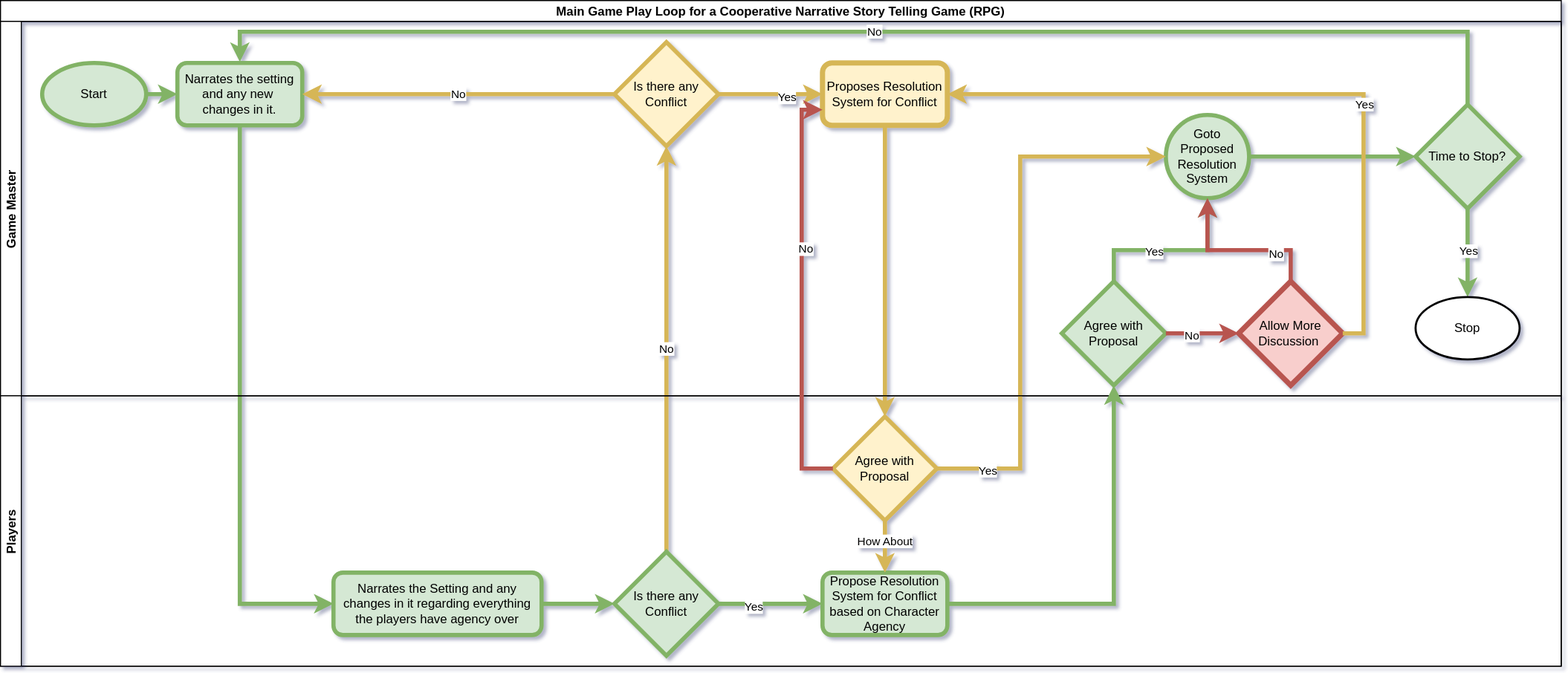
Earlier version of the draw.io export assets/diagrams/Main-Game-Play-Loop.svg (TedTschopp/Fixing-Game-Night). Source tidied: cells renumbered, new cells last; positions are measured from the earlier drawing's top-left corner, leaving out a move shared by most shapes.
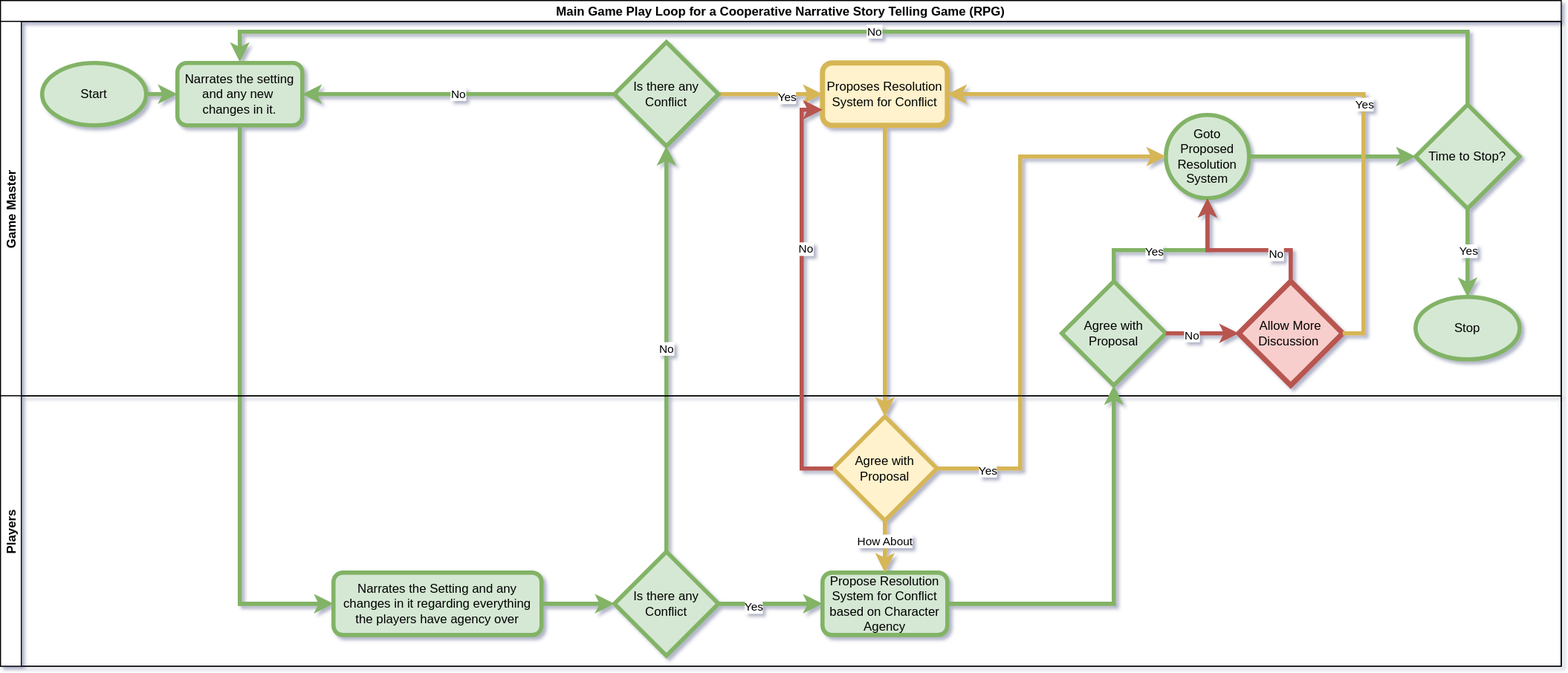
Above is the later version.

Change to the diagram source:
```diff
@@ -5,7 +5,7 @@
     <mxCell id="2" value="Main Game Play Loop for a Cooperative Narrative Story Telling Game (RPG)" style="swimlane;horizontal=1;startSize=20;" parent="1" vertex="1">
       <mxGeometry width="1500" height="640" as="geometry" />
     </mxCell>
-    <mxCell id="3" value="No" style="edgeStyle=orthogonalEdgeStyle;rounded=0;jettySize=auto;html=1;entryX=0.5;entryY=1;entryDx=0;entryDy=0;startArrow=none;startFill=0;entryPerimeter=0;fillColor=#fff2cc;strokeColor=#d6b656;strokeWidth=4;" parent="2" edge="1" source="40" target="20">
+    <mxCell id="3" value="No" style="edgeStyle=orthogonalEdgeStyle;rounded=0;jettySize=auto;html=1;entryX=0.5;entryY=1;entryDx=0;entryDy=0;startArrow=none;startFill=0;entryPerimeter=0;fillColor=#d5e8d4;strokeColor=#82b366;strokeWidth=4;" parent="2" edge="1" source="40" target="20">
       <mxGeometry relative="1" as="geometry" />
     </mxCell>
     <mxCell id="4" style="edgeStyle=orthogonalEdgeStyle;rounded=0;jettySize=auto;html=1;entryX=0;entryY=0.5;entryDx=0;entryDy=0;startArrow=none;startFill=0;exitX=0.5;exitY=1;exitDx=0;exitDy=0;strokeWidth=4;fillColor=#d5e8d4;strokeColor=#82b366;" parent="2" edge="1" source="6" target="36">
@@ -61,13 +61,13 @@
     <mxCell id="17" value="Time to Stop?" style="strokeWidth=4;html=1;shape=mxgraph.flowchart.decision;whiteSpace=wrap;fillColor=#d5e8d4;strokeColor=#82b366;" parent="5" vertex="1">
       <mxGeometry x="1360" y="80" width="100" height="100" as="geometry" />
     </mxCell>
-    <mxCell id="18" value="Stop" style="strokeWidth=2;html=1;shape=mxgraph.flowchart.start_1;whiteSpace=wrap;" parent="5" vertex="1">
+    <mxCell id="18" value="Stop" style="strokeWidth=4;html=1;shape=mxgraph.flowchart.start_1;whiteSpace=wrap;fillColor=#d5e8d4;strokeColor=#82b366;" parent="5" vertex="1">
       <mxGeometry x="1360" y="265" width="100" height="60" as="geometry" />
     </mxCell>
-    <mxCell id="19" value="No" style="edgeStyle=orthogonalEdgeStyle;rounded=0;jettySize=auto;html=1;entryX=1;entryY=0.5;entryDx=0;entryDy=0;startArrow=none;startFill=0;strokeWidth=4;fillColor=#fff2cc;strokeColor=#d6b656;" parent="5" edge="1" source="20" target="6">
+    <mxCell id="19" value="No" style="edgeStyle=orthogonalEdgeStyle;rounded=0;jettySize=auto;html=1;entryX=1;entryY=0.5;entryDx=0;entryDy=0;startArrow=none;startFill=0;strokeWidth=4;fillColor=#d5e8d4;strokeColor=#82b366;" parent="5" edge="1" source="20" target="6">
       <mxGeometry relative="1" as="geometry" />
     </mxCell>
-    <mxCell id="20" value="Is there any Conflict" style="strokeWidth=4;html=1;shape=mxgraph.flowchart.decision;whiteSpace=wrap;fillColor=#fff2cc;strokeColor=#d6b656;" parent="5" vertex="1">
+    <mxCell id="20" value="Is there any Conflict" style="strokeWidth=4;html=1;shape=mxgraph.flowchart.decision;whiteSpace=wrap;fillColor=#d5e8d4;strokeColor=#82b366;" parent="5" vertex="1">
       <mxGeometry x="590" y="20" width="100" height="100" as="geometry" />
     </mxCell>
     <mxCell id="21" value="Agree with Proposal" style="strokeWidth=4;html=1;shape=mxgraph.flowchart.decision;whiteSpace=wrap;fillColor=#d5e8d4;strokeColor=#82b366;" parent="5" vertex="1">
```
